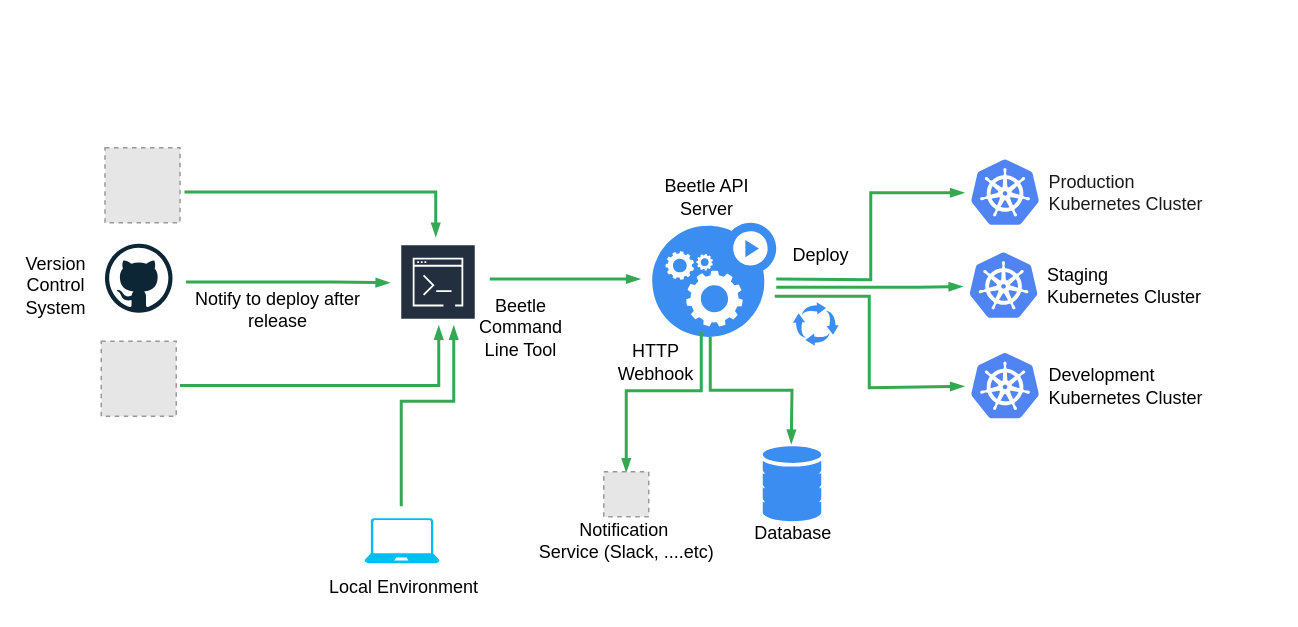
Before: assets/img/chart.drawio in Clivern/Beetle, a draw.io diagram. Source tidied: cells renumbered, new cells numbered last; positions are measured from the earlier drawing's top-left corner, leaving out a move shared by most shapes. Both pictures are drawn from the tidied source at 150%, with x=0, y=0 at pixel (26, 147). Pictures stored in the file or linked from it are replaced by grey dashed boxes.
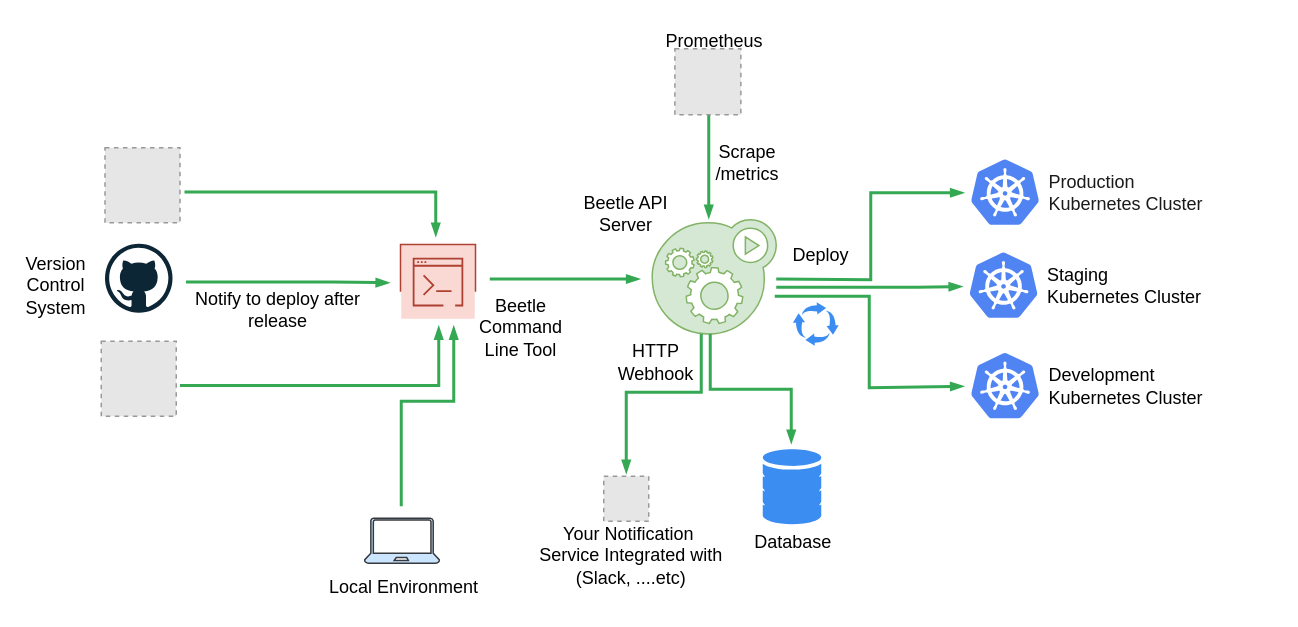
The same page after the edit.

What changed in the source:
```diff
@@
     <mxCell id="10" style="html=1;strokeColor=none;shadow=0;align=center;verticalAlign=top;fillColor=#3B8DF1;shape=mxgraph.gcp2.database_2;" parent="1" vertex="1">
-      <mxGeometry x="491" y="199" width="39" height="50" as="geometry" />
+      <mxGeometry x="491" y="201" width="39" height="50" as="geometry" />
     </mxCell>
-    <mxCell id="11" style="html=1;strokeColor=none;shadow=0;align=center;verticalAlign=top;fillColor=#3B8DF1;shape=mxgraph.gcp2.gear_load;fontColor=#000000;" parent="1" vertex="1">
-      <mxGeometry x="417.3" y="50" width="82.7" height="76.1" as="geometry" />
+    <mxCell id="11" style="html=1;strokeColor=#82b366;shadow=0;align=center;verticalAlign=top;fillColor=#d5e8d4;shape=mxgraph.gcp2.gear_load;" parent="1" vertex="1">
+      <mxGeometry x="417.3" y="48" width="82.7" height="76.1" as="geometry" />
     </mxCell>
@@
-    <mxCell id="14" style="fontColor=#232F3E;gradientColor=none;strokeColor=#ffffff;fillColor=#232F3E;dashed=0;verticalLabelPosition=middle;verticalAlign=bottom;align=center;html=1;whiteSpace=wrap;fontSize=10;fontStyle=1;spacing=3;shape=mxgraph.aws4.productIcon;prIcon=mxgraph.aws4.command_line_interface;" parent="1" vertex="1">
+    <mxCell id="14" style="strokeColor=#ae4132;fillColor=#fad9d5;dashed=0;verticalLabelPosition=middle;verticalAlign=bottom;align=center;html=1;whiteSpace=wrap;fontSize=10;fontStyle=1;spacing=3;shape=mxgraph.aws4.productIcon;prIcon=mxgraph.aws4.command_line_interface;" parent="1" vertex="1">
       <mxGeometry x="249" y="64" width="51" height="32" as="geometry" />
     </mxCell>
@@
     <mxCell id="18" style="edgeStyle=orthogonalEdgeStyle;fontSize=12;html=1;endArrow=blockThin;endFill=1;rounded=0;strokeWidth=2;endSize=4;startSize=4;strokeColor=#34A853;dashed=0;exitX=0.468;exitY=0.999;exitDx=0;exitDy=0;exitPerimeter=0;" parent="1" edge="1" source="11">
       <mxGeometry relative="1" as="geometry">
         <mxPoint x="510" y="197" as="targetPoint" />
+        <Array as="points">
+          <mxPoint x="456" y="161" />
+          <mxPoint x="510" y="161" />
+        </Array>
       </mxGeometry>
     </mxCell>
@@
     <mxCell id="24" value="Database" style="text;html=1;strokeColor=none;fillColor=none;align=center;verticalAlign=middle;whiteSpace=wrap;rounded=0;fontColor=#000000;" parent="1" vertex="1">
-      <mxGeometry x="495.8" y="252" width="31.4" height="10" as="geometry" />
+      <mxGeometry x="495.8" y="258" width="31.4" height="10" as="geometry" />
     </mxCell>
     <mxCell id="25" value="Beetle API Server" style="text;html=1;strokeColor=none;fillColor=none;align=center;verticalAlign=middle;whiteSpace=wrap;rounded=0;fontColor=#000000;fontStyle=0;" parent="1" vertex="1">
-      <mxGeometry x="418" y="17" width="72.1" height="32" as="geometry" />
+      <mxGeometry x="363.9" y="28" width="72.1" height="32" as="geometry" />
     </mxCell>
@@
-    <mxCell id="30" style="verticalLabelPosition=bottom;html=1;verticalAlign=top;align=center;strokeColor=none;fillColor=#00BEF2;shape=mxgraph.azure.laptop;shadow=0;fontColor=#000000;" parent="1" vertex="1">
+    <mxCell id="30" style="verticalLabelPosition=bottom;html=1;verticalAlign=top;align=center;shape=mxgraph.azure.laptop;shadow=0;fillColor=#cce5ff;strokeColor=#36393d;" parent="1" vertex="1">
       <mxGeometry x="225.5" y="247" width="50" height="30" as="geometry" />
     </mxCell>
@@
-    <mxCell id="34" style="edgeStyle=orthogonalEdgeStyle;fontSize=12;html=1;endArrow=blockThin;endFill=1;rounded=0;strokeWidth=2;endSize=4;startSize=4;strokeColor=#34A853;dashed=0;exitX=0.383;exitY=0.933;exitDx=0;exitDy=0;exitPerimeter=0;entryX=0.5;entryY=0;entryDx=0;entryDy=0;" parent="1" edge="1" target="35">
+    <mxCell id="34" style="edgeStyle=orthogonalEdgeStyle;fontSize=12;html=1;endArrow=blockThin;endFill=1;rounded=0;strokeWidth=2;endSize=4;startSize=4;strokeColor=#34A853;dashed=0;exitX=0.383;exitY=0.933;exitDx=0;exitDy=0;exitPerimeter=0;entryX=0.5;entryY=0;entryDx=0;entryDy=0;" parent="1" edge="1">
       <mxGeometry relative="1" as="geometry">
-        <mxPoint x="449" y="124" as="sourcePoint" />
+        <mxPoint x="449" y="125" as="sourcePoint" />
+        <mxPoint x="400" y="217" as="targetPoint" />
         <Array as="points">
-          <mxPoint x="450" y="124" />
-          <mxPoint x="450" y="162" />
-          <mxPoint x="400" y="162" />
+          <mxPoint x="450" y="125" />
+          <mxPoint x="450" y="163" />
+          <mxPoint x="400" y="163" />
         </Array>
       </mxGeometry>
     </mxCell>
     <mxCell id="35" style="fillColor=#E6E6E6;strokeColor=#999999;dashed=1;html=1;verticalAlign=top;verticalLabelPosition=bottom;labelBackgroundColor=#ffffff;" parent="1" vertex="1">
-      <mxGeometry x="385" y="216" width="30" height="30" as="geometry" />
+      <mxGeometry x="385" y="219" width="30" height="30" as="geometry" />
     </mxCell>
-    <mxCell id="36" value="Notification&amp;nbsp;&lt;br&gt;Service (Slack, ....etc)" style="text;html=1;strokeColor=none;fillColor=none;align=center;verticalAlign=middle;whiteSpace=wrap;rounded=0;fontColor=#000000;" parent="1" vertex="1">
-      <mxGeometry x="323.6" y="257" width="152.7" height="10" as="geometry" />
+    <mxCell id="36" value="Your Notification&amp;nbsp;&lt;br&gt;Service Integrated with (Slack, ....etc)" style="text;html=1;strokeColor=none;fillColor=none;align=center;verticalAlign=middle;whiteSpace=wrap;rounded=0;fontColor=#000000;" parent="1" vertex="1">
+      <mxGeometry x="326.6" y="267" width="152.7" height="10" as="geometry" />
     </mxCell>
@@
+    <mxCell id="38" style="edgeStyle=orthogonalEdgeStyle;fontSize=12;html=1;endArrow=blockThin;endFill=1;rounded=0;strokeWidth=2;endSize=4;startSize=4;strokeColor=#34A853;dashed=0;" parent="1" edge="1">
+      <mxGeometry relative="1" as="geometry">
+        <mxPoint x="455" y="-24" as="sourcePoint" />
+        <mxPoint x="455" y="47" as="targetPoint" />
+        <Array as="points">
+          <mxPoint x="455" y="47" />
+        </Array>
+      </mxGeometry>
+    </mxCell>
+    <mxCell id="39" style="fillColor=#E6E6E6;strokeColor=#999999;dashed=1;html=1;verticalAlign=top;verticalLabelPosition=bottom;labelBackgroundColor=#ffffff;" parent="1" vertex="1">
+      <mxGeometry x="432.4" y="-66" width="44" height="44" as="geometry" />
+    </mxCell>
+    <mxCell id="40" value="Prometheus" style="text;html=1;strokeColor=none;fillColor=none;align=center;verticalAlign=middle;whiteSpace=wrap;rounded=0;" parent="1" vertex="1">
+      <mxGeometry x="439.4" y="-81" width="40" height="20" as="geometry" />
+    </mxCell>
+    <mxCell id="41" value="&lt;font&gt;Scrape /metrics&lt;/font&gt;" style="text;html=1;strokeColor=none;fillColor=none;align=center;verticalAlign=middle;whiteSpace=wrap;rounded=0;fontFamily=Helvetica;" parent="1" vertex="1">
+      <mxGeometry x="461.4" width="40" height="20" as="geometry" />
+    </mxCell>
```
